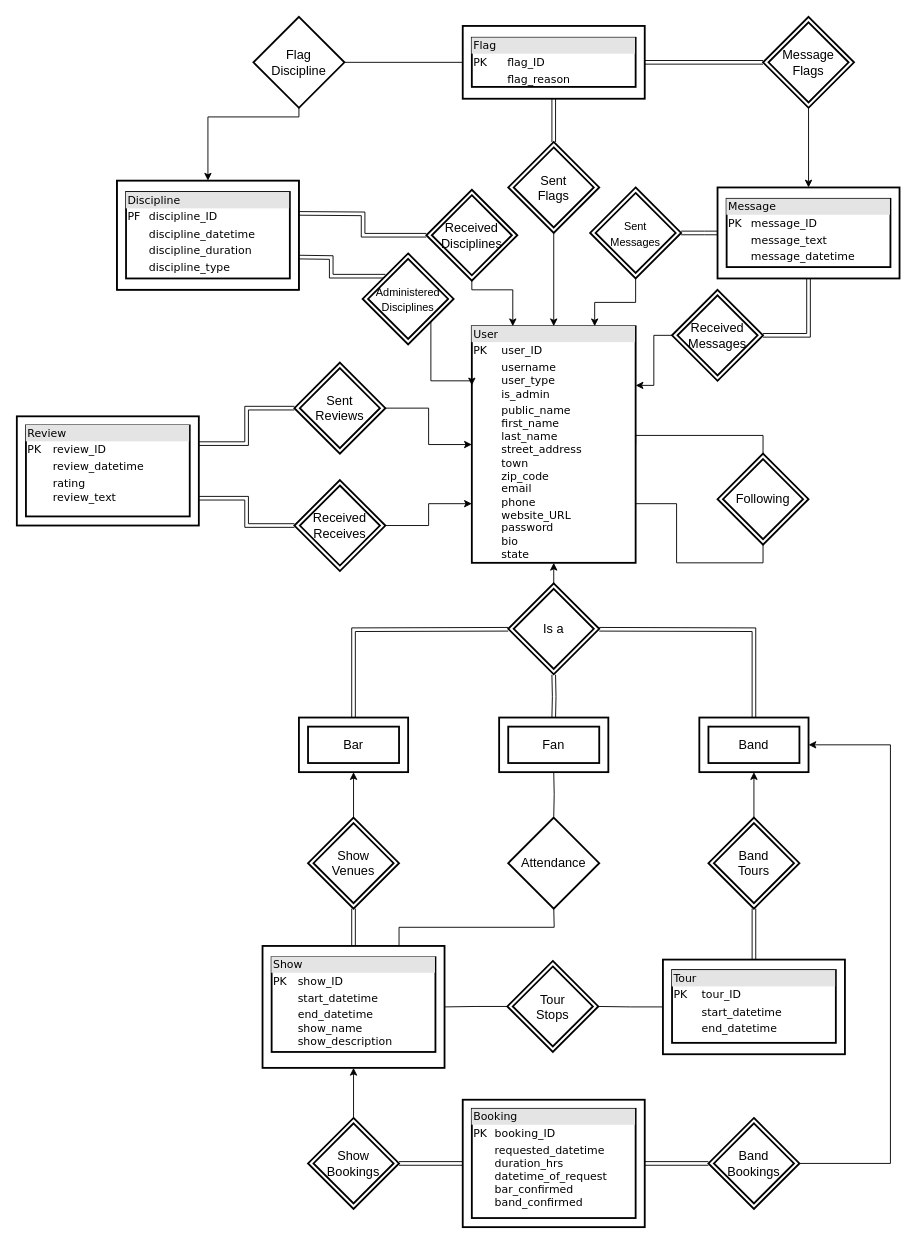
This is Design Document/er_diagram.drawio from nrwhite88/csc499, a draw.io file, before an edit. Source tidied: cells renumbered, new cells numbered last; positions are measured from the earlier drawing's top-left corner, leaving out a move shared by most shapes. Both pictures are drawn from the tidied source at 91%, with x=0, y=0 at pixel (16, 16).
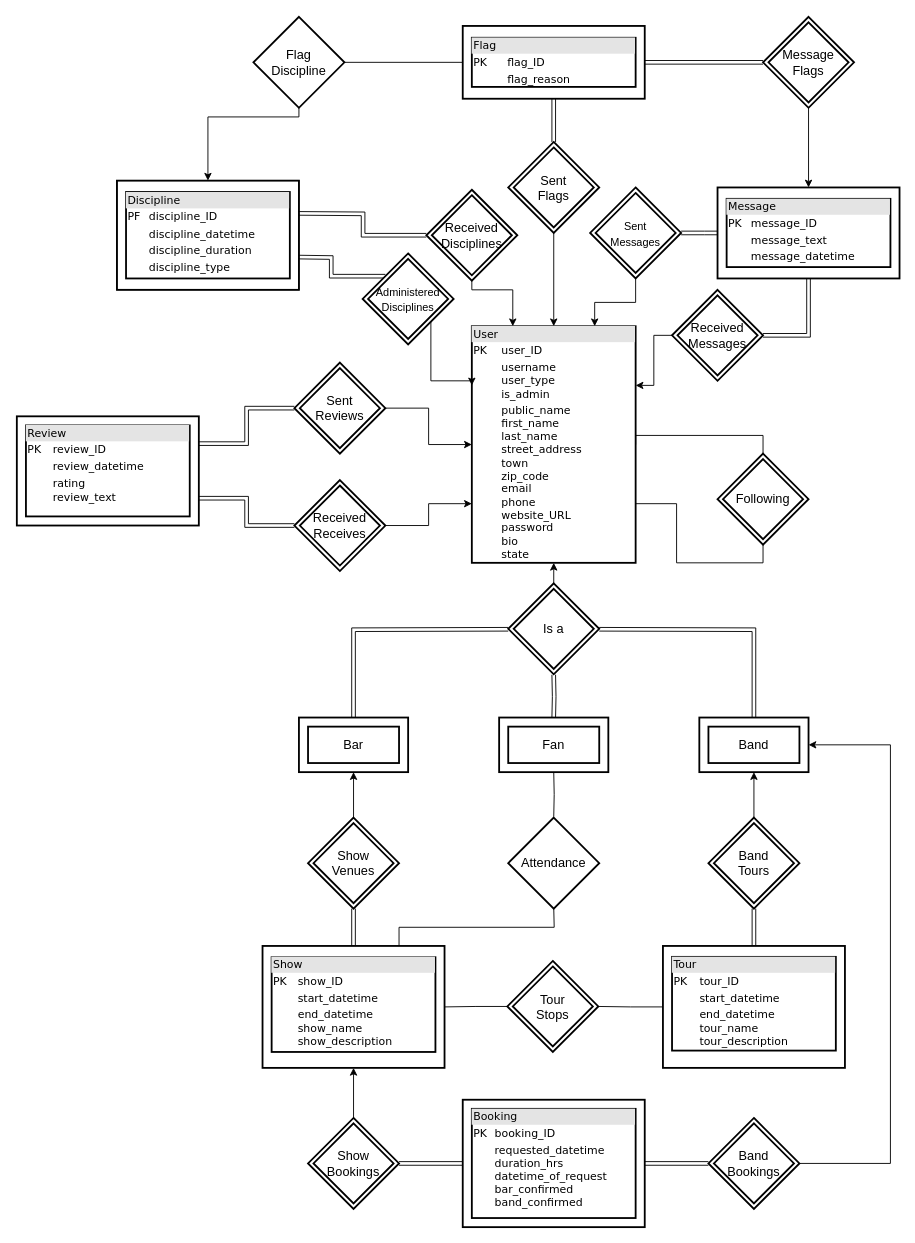
After the change.

What changed in the source:
```diff
@@
-    <mxCell id="68" style="group;" parent="1" vertex="1">
-      <mxGeometry x="710" y="1036" width="200" height="104" as="geometry" />
-    </mxCell>
-    <mxCell id="69" style="group;strokeWidth=2;" parent="68" vertex="1">
-      <mxGeometry width="200" height="104" as="geometry" />
-    </mxCell>
-    <mxCell id="70" value="&lt;div style=&quot;box-sizing: border-box ; width: 100% ; background: #e4e4e4 ; padding: 2px&quot;&gt;Tour&lt;/div&gt;&lt;table style=&quot;width: 100% ; font-size: 1em&quot; cellpadding=&quot;2&quot; cellspacing=&quot;0&quot;&gt;&lt;tbody&gt;&lt;tr&gt;&lt;td&gt;PK&lt;/td&gt;&lt;td&gt;tour_ID&lt;/td&gt;&lt;/tr&gt;&lt;tr&gt;&lt;td&gt;&lt;br&gt;&lt;/td&gt;&lt;td&gt;start_datetime&lt;br&gt;&lt;/td&gt;&lt;/tr&gt;&lt;tr&gt;&lt;td&gt;&lt;br&gt;&lt;/td&gt;&lt;td&gt;end_datetime&lt;br&gt;&lt;/td&gt;&lt;/tr&gt;&lt;tr&gt;&lt;td&gt;&lt;br&gt;&lt;/td&gt;&lt;td&gt;&lt;br&gt;&lt;/td&gt;&lt;/tr&gt;&lt;tr&gt;&lt;td&gt;&lt;br&gt;&lt;/td&gt;&lt;td&gt;&lt;br&gt;&lt;/td&gt;&lt;/tr&gt;&lt;tr&gt;&lt;td&gt;&lt;br&gt;&lt;/td&gt;&lt;td&gt;&lt;br&gt;&lt;/td&gt;&lt;/tr&gt;&lt;/tbody&gt;&lt;/table&gt;" style="verticalAlign=top;align=left;overflow=fill;html=1;rounded=0;shadow=0;comic=0;labelBackgroundColor=none;strokeColor=#000000;strokeWidth=2;fillColor=#ffffff;fontFamily=Verdana;fontSize=12;fontColor=#000000;" parent="69" vertex="1">
-      <mxGeometry x="10" y="11.5" width="180" height="80" as="geometry" />
-    </mxCell>
-    <mxCell id="71" style="rounded=0;whiteSpace=wrap;html=1;shadow=0;glass=0;comic=0;strokeColor=#000000;strokeWidth=2;fillColor=none;" parent="69" vertex="1">
-      <mxGeometry width="200" height="104" as="geometry" />
-    </mxCell>
@@
+    <mxCell id="91" style="group;" parent="1" vertex="1">
+      <mxGeometry x="710" y="1021" width="200" height="134" as="geometry" />
+    </mxCell>
+    <mxCell id="71" style="rounded=0;whiteSpace=wrap;html=1;shadow=0;glass=0;comic=0;strokeColor=#000000;strokeWidth=2;fillColor=none;" parent="91" vertex="1">
+      <mxGeometry width="200" height="134" as="geometry" />
+    </mxCell>
+    <mxCell id="70" value="&lt;div style=&quot;box-sizing: border-box ; width: 100% ; background: #e4e4e4 ; padding: 2px&quot;&gt;Tour&lt;/div&gt;&lt;table style=&quot;width: 100% ; font-size: 1em&quot; cellpadding=&quot;2&quot; cellspacing=&quot;0&quot;&gt;&lt;tbody&gt;&lt;tr&gt;&lt;td&gt;PK&lt;/td&gt;&lt;td&gt;tour_ID&lt;/td&gt;&lt;/tr&gt;&lt;tr&gt;&lt;td&gt;&lt;br&gt;&lt;/td&gt;&lt;td&gt;start_datetime&lt;br&gt;&lt;/td&gt;&lt;/tr&gt;&lt;tr&gt;&lt;td&gt;&lt;br&gt;&lt;/td&gt;&lt;td&gt;end_datetime&lt;br&gt;tour_name&lt;br&gt;tour_description&lt;/td&gt;&lt;/tr&gt;&lt;tr&gt;&lt;td&gt;&lt;br&gt;&lt;/td&gt;&lt;td&gt;&lt;br&gt;&lt;/td&gt;&lt;/tr&gt;&lt;tr&gt;&lt;td&gt;&lt;br&gt;&lt;/td&gt;&lt;td&gt;&lt;br&gt;&lt;/td&gt;&lt;/tr&gt;&lt;tr&gt;&lt;td&gt;&lt;br&gt;&lt;/td&gt;&lt;td&gt;&lt;br&gt;&lt;/td&gt;&lt;/tr&gt;&lt;/tbody&gt;&lt;/table&gt;" style="verticalAlign=top;align=left;overflow=fill;html=1;rounded=0;shadow=0;comic=0;labelBackgroundColor=none;strokeColor=#000000;strokeWidth=2;fillColor=#ffffff;fontFamily=Verdana;fontSize=12;fontColor=#000000;" parent="91" vertex="1">
+      <mxGeometry x="10" y="12" width="180" height="103" as="geometry" />
+    </mxCell>
```
